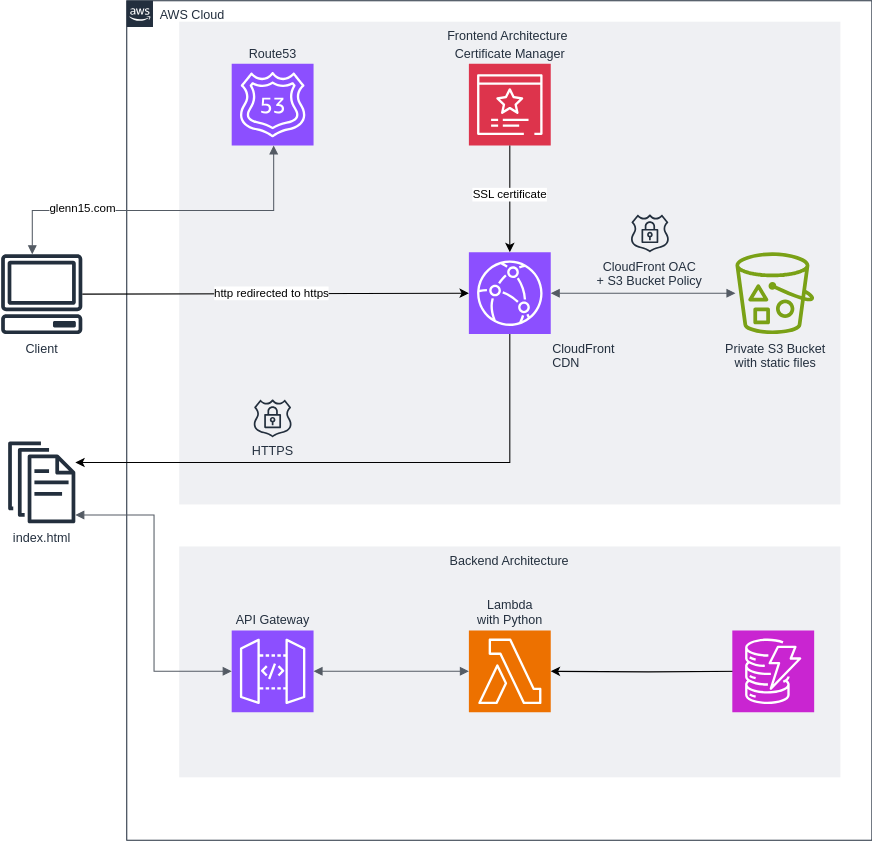
Earlier version of the draw.io export diagrams/OnlineResumeArchitecture.drawio.svg (glennc15/online-resume-frontend). Source tidied: cells renumbered, new cells last; positions are measured from the earlier drawing's top-left corner, leaving out a move shared by most shapes. Its diagram source:
```xml
<mxGraphModel>
  <root>
    <mxCell id="0" />
    <mxCell id="1" parent="0" />
    <mxCell id="2" value="AWS Cloud" style="gradientColor=none;html=1;whiteSpace=wrap;fontSize=12;fontStyle=0;shape=mxgraph.aws4.group;grIcon=mxgraph.aws4.group_aws_cloud_alt;strokeColor=#232F3E;fillColor=none;verticalAlign=top;align=left;spacingLeft=30;fontColor=#232F3E;dashed=0;" parent="1" vertex="1">
      <mxGeometry x="120" width="710" height="800" as="geometry" />
    </mxCell>
    <mxCell id="3" value="Frontend Architecture&amp;nbsp;" style="fillColor=#EFF0F3;strokeColor=none;dashed=0;verticalAlign=top;fontStyle=0;fontColor=#232F3D;whiteSpace=wrap;html=1;" parent="2" vertex="1">
      <mxGeometry x="50" y="20" width="630" height="460" as="geometry" />
    </mxCell>
    <mxCell id="4" value="Backend Architecture" style="fillColor=#EFF0F3;strokeColor=none;dashed=0;verticalAlign=top;fontStyle=0;fontColor=#232F3D;whiteSpace=wrap;html=1;" parent="2" vertex="1">
      <mxGeometry x="50" y="520" width="630" height="220" as="geometry" />
    </mxCell>
    <mxCell id="5" value="HTTPS" style="sketch=0;fontColor=#232F3E;gradientColor=none;fillColor=#232F3D;strokeColor=none;dashed=0;verticalLabelPosition=bottom;verticalAlign=top;align=center;html=1;fontSize=12;fontStyle=0;shape=mxgraph.aws4.ssl_padlock;" parent="2" vertex="1">
      <mxGeometry x="120.5" y="380" width="37" height="36" as="geometry" />
    </mxCell>
    <mxCell id="6" value="API Gateway" style="sketch=0;points=[[0,0,0],[0.25,0,0],[0.5,0,0],[0.75,0,0],[1,0,0],[0,1,0],[0.25,1,0],[0.5,1,0],[0.75,1,0],[1,1,0],[0,0.25,0],[0,0.5,0],[0,0.75,0],[1,0.25,0],[1,0.5,0],[1,0.75,0]];outlineConnect=0;fontColor=#232F3E;fillColor=#8C4FFF;strokeColor=#ffffff;dashed=0;verticalLabelPosition=top;verticalAlign=bottom;align=center;html=1;fontSize=12;fontStyle=0;shape=mxgraph.aws4.resourceIcon;resIcon=mxgraph.aws4.api_gateway;labelPosition=center;" parent="2" vertex="1">
      <mxGeometry x="100" y="600" width="78" height="78" as="geometry" />
    </mxCell>
    <mxCell id="7" value="Lambda&lt;br&gt;with Python" style="sketch=0;points=[[0,0,0],[0.25,0,0],[0.5,0,0],[0.75,0,0],[1,0,0],[0,1,0],[0.25,1,0],[0.5,1,0],[0.75,1,0],[1,1,0],[0,0.25,0],[0,0.5,0],[0,0.75,0],[1,0.25,0],[1,0.5,0],[1,0.75,0]];outlineConnect=0;fontColor=#232F3E;fillColor=#ED7100;strokeColor=#ffffff;dashed=0;verticalLabelPosition=top;verticalAlign=bottom;align=center;html=1;fontSize=12;fontStyle=0;shape=mxgraph.aws4.resourceIcon;resIcon=mxgraph.aws4.lambda;labelPosition=center;" parent="2" vertex="1">
      <mxGeometry x="326" y="600" width="78" height="78" as="geometry" />
    </mxCell>
    <mxCell id="8" style="edgeStyle=orthogonalEdgeStyle;rounded=0;jettySize=auto;html=1;entryX=1;entryY=0.5;entryDx=0;entryDy=0;entryPerimeter=0;" parent="2" edge="1" target="7">
      <mxGeometry relative="1" as="geometry">
        <mxPoint x="590" y="639" as="sourcePoint" />
      </mxGeometry>
    </mxCell>
    <mxCell id="9" style="html=1;endArrow=block;elbow=vertical;startArrow=block;startFill=1;endFill=1;strokeColor=#545B64;rounded=0;entryX=0;entryY=0.5;entryDx=0;entryDy=0;entryPerimeter=0;exitX=1;exitY=0.5;exitDx=0;exitDy=0;exitPerimeter=0;" parent="2" edge="1" source="6" target="7">
      <mxGeometry relative="1" as="geometry" />
    </mxCell>
    <mxCell id="10" value="CloudFront&lt;br&gt;CDN" style="sketch=0;points=[[0,0,0],[0.25,0,0],[0.5,0,0],[0.75,0,0],[1,0,0],[0,1,0],[0.25,1,0],[0.5,1,0],[0.75,1,0],[1,1,0],[0,0.25,0],[0,0.5,0],[0,0.75,0],[1,0.25,0],[1,0.5,0],[1,0.75,0]];outlineConnect=0;fontColor=#232F3E;fillColor=#8C4FFF;strokeColor=#ffffff;dashed=0;verticalLabelPosition=bottom;verticalAlign=top;align=left;html=1;fontSize=12;fontStyle=0;shape=mxgraph.aws4.resourceIcon;resIcon=mxgraph.aws4.cloudfront;labelPosition=right;" parent="2" vertex="1">
      <mxGeometry x="326" y="239.7" width="78" height="78" as="geometry" />
    </mxCell>
    <mxCell id="11" value="Certificate Manager" style="sketch=0;points=[[0,0,0],[0.25,0,0],[0.5,0,0],[0.75,0,0],[1,0,0],[0,1,0],[0.25,1,0],[0.5,1,0],[0.75,1,0],[1,1,0],[0,0.25,0],[0,0.5,0],[0,0.75,0],[1,0.25,0],[1,0.5,0],[1,0.75,0]];outlineConnect=0;fontColor=#232F3E;fillColor=#DD344C;strokeColor=#ffffff;dashed=0;verticalLabelPosition=top;verticalAlign=bottom;align=center;html=1;fontSize=12;fontStyle=0;shape=mxgraph.aws4.resourceIcon;resIcon=mxgraph.aws4.certificate_manager_3;labelPosition=center;" parent="2" vertex="1">
      <mxGeometry x="326" y="60" width="78" height="78" as="geometry" />
    </mxCell>
    <mxCell id="12" value="Route53" style="sketch=0;fontColor=#232F3E;fillColor=#8C4FFF;strokeColor=#ffffff;dashed=0;verticalLabelPosition=top;verticalAlign=bottom;align=center;html=1;fontSize=12;fontStyle=0;shape=mxgraph.aws4.resourceIcon;resIcon=mxgraph.aws4.route_53;labelPosition=center;" parent="2" vertex="1">
      <mxGeometry x="100" y="60" width="78" height="78" as="geometry" />
    </mxCell>
    <mxCell id="13" style="edgeStyle=orthogonalEdgeStyle;rounded=0;jettySize=auto;html=1;exitX=0.5;exitY=1;exitDx=0;exitDy=0;exitPerimeter=0;entryX=0.5;entryY=0;entryDx=0;entryDy=0;entryPerimeter=0;" parent="2" edge="1" source="11" target="10">
      <mxGeometry relative="1" as="geometry" />
    </mxCell>
    <mxCell id="14" value="SSL certificate" style="edgeLabel;html=1;align=center;verticalAlign=middle;" parent="13" vertex="1">
      <mxGeometry x="-0.08" y="-1" relative="1" as="geometry" />
    </mxCell>
    <mxCell id="15" value="Private S3 Bucket&lt;br&gt;with static files" style="sketch=0;outlineConnect=0;fontColor=#232F3E;gradientColor=none;fillColor=#7AA116;strokeColor=none;dashed=0;verticalLabelPosition=bottom;verticalAlign=top;align=center;html=1;fontSize=12;fontStyle=0;shape=mxgraph.aws4.bucket_with_objects;" parent="2" vertex="1">
      <mxGeometry x="580" y="239.7" width="75" height="78" as="geometry" />
    </mxCell>
    <mxCell id="16" style="html=1;endArrow=block;elbow=vertical;startArrow=block;startFill=1;endFill=1;strokeColor=#545B64;rounded=0;exitX=1;exitY=0.5;exitDx=0;exitDy=0;exitPerimeter=0;" parent="2" edge="1" source="10" target="15">
      <mxGeometry relative="1" as="geometry" />
    </mxCell>
    <mxCell id="17" value="CloudFront OAC&lt;br&gt;+ S3 Bucket Policy" style="sketch=0;fontColor=#232F3E;gradientColor=none;fillColor=#232F3D;strokeColor=none;dashed=0;verticalLabelPosition=bottom;verticalAlign=top;align=center;html=1;fontSize=12;fontStyle=0;shape=mxgraph.aws4.ssl_padlock;" parent="2" vertex="1">
      <mxGeometry x="480" y="203.7" width="37" height="36" as="geometry" />
    </mxCell>
    <mxCell id="18" style="sketch=0;points=[[0,0,0],[0.25,0,0],[0.5,0,0],[0.75,0,0],[1,0,0],[0,1,0],[0.25,1,0],[0.5,1,0],[0.75,1,0],[1,1,0],[0,0.25,0],[0,0.5,0],[0,0.75,0],[1,0.25,0],[1,0.5,0],[1,0.75,0]];outlineConnect=0;fontColor=#232F3E;fillColor=#C925D1;strokeColor=#ffffff;dashed=0;verticalLabelPosition=bottom;verticalAlign=top;align=center;html=1;fontSize=12;fontStyle=0;shape=mxgraph.aws4.resourceIcon;resIcon=mxgraph.aws4.dynamodb;" parent="2" vertex="1">
      <mxGeometry x="577" y="600" width="78" height="78" as="geometry" />
    </mxCell>
    <mxCell id="19" value="index.html" style="sketch=0;outlineConnect=0;fontColor=#232F3E;gradientColor=none;fillColor=#232F3D;strokeColor=none;dashed=0;verticalLabelPosition=bottom;verticalAlign=top;align=center;html=1;fontSize=12;fontStyle=0;shape=mxgraph.aws4.documents;" parent="1" vertex="1">
      <mxGeometry x="7" y="420" width="64" height="78" as="geometry" />
    </mxCell>
    <mxCell id="20" value="Client" style="sketch=0;outlineConnect=0;fontColor=#232F3E;gradientColor=none;fillColor=#232F3D;strokeColor=none;dashed=0;verticalLabelPosition=bottom;verticalAlign=top;align=center;html=1;fontSize=12;fontStyle=0;shape=mxgraph.aws4.client;" parent="1" vertex="1">
      <mxGeometry y="241.7" width="78" height="76" as="geometry" />
    </mxCell>
    <mxCell id="21" style="edgeStyle=orthogonalEdgeStyle;rounded=0;jettySize=auto;html=1;" parent="1" edge="1" source="10" target="19">
      <mxGeometry relative="1" as="geometry">
        <Array as="points">
          <mxPoint x="485" y="440" />
        </Array>
      </mxGeometry>
    </mxCell>
    <mxCell id="22" style="edgeStyle=orthogonalEdgeStyle;html=1;endArrow=block;elbow=vertical;startArrow=block;startFill=1;endFill=1;strokeColor=#545B64;rounded=0;" parent="1" edge="1">
      <mxGeometry relative="1" as="geometry">
        <mxPoint x="30" y="241.7" as="sourcePoint" />
        <mxPoint x="260" y="138" as="targetPoint" />
        <Array as="points">
          <mxPoint x="30" y="200" />
          <mxPoint x="260" y="200" />
          <mxPoint x="260" y="138" />
        </Array>
      </mxGeometry>
    </mxCell>
    <mxCell id="23" value="glenn15.com" style="edgeLabel;html=1;align=center;verticalAlign=middle;" parent="22" vertex="1">
      <mxGeometry x="0.04" y="3" relative="1" as="geometry">
        <mxPoint x="-84" as="offset" />
      </mxGeometry>
    </mxCell>
    <mxCell id="24" style="rounded=0;jettySize=auto;html=1;entryX=0;entryY=0.5;entryDx=0;entryDy=0;entryPerimeter=0;" parent="1" edge="1" source="20" target="10">
      <mxGeometry relative="1" as="geometry" />
    </mxCell>
    <mxCell id="25" value="http redirected to https" style="edgeLabel;html=1;align=center;verticalAlign=middle;" parent="24" vertex="1">
      <mxGeometry x="-0.02" y="1" relative="1" as="geometry" />
    </mxCell>
    <mxCell id="26" style="edgeStyle=orthogonalEdgeStyle;html=1;endArrow=block;elbow=vertical;startArrow=block;startFill=1;endFill=1;strokeColor=#545B64;rounded=0;entryX=0;entryY=0.5;entryDx=0;entryDy=0;entryPerimeter=0;" parent="1" edge="1" source="19" target="6">
      <mxGeometry relative="1" as="geometry">
        <Array as="points">
          <mxPoint x="146" y="490" />
          <mxPoint x="146" y="639" />
        </Array>
      </mxGeometry>
    </mxCell>
  </root>
</mxGraphModel>
```
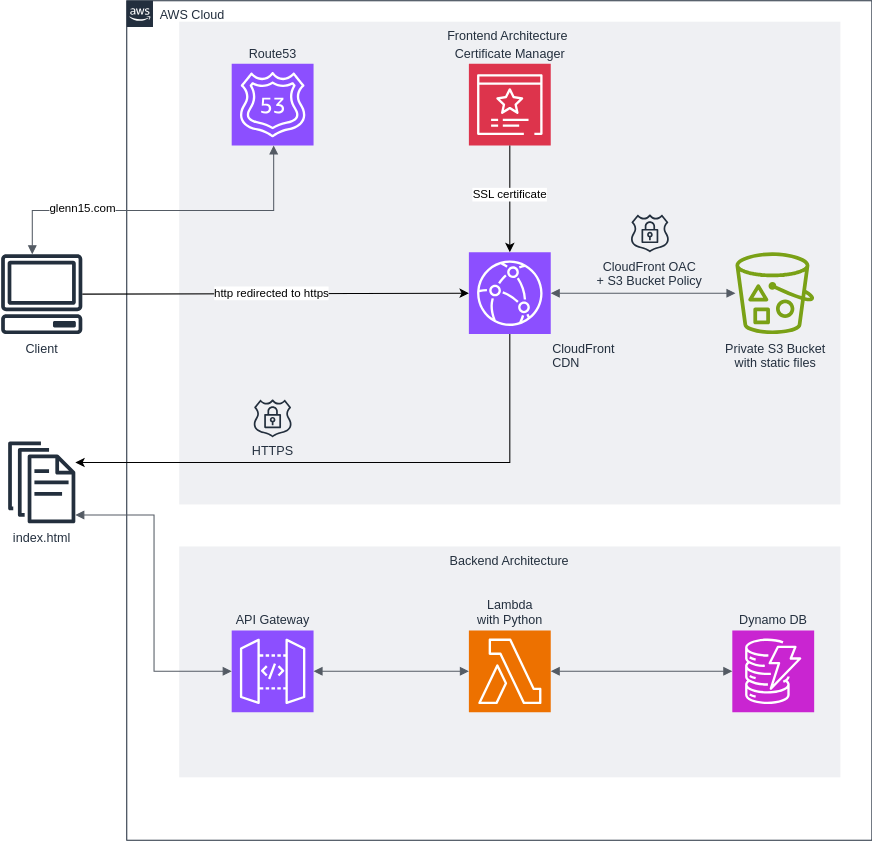
After the commit.

Commit message:
update the architecture diagram

Change to the diagram source:
```diff
@@ -20,11 +20,6 @@
     <mxCell id="7" value="Lambda&lt;br&gt;with Python" style="sketch=0;points=[[0,0,0],[0.25,0,0],[0.5,0,0],[0.75,0,0],[1,0,0],[0,1,0],[0.25,1,0],[0.5,1,0],[0.75,1,0],[1,1,0],[0,0.25,0],[0,0.5,0],[0,0.75,0],[1,0.25,0],[1,0.5,0],[1,0.75,0]];outlineConnect=0;fontColor=#232F3E;fillColor=#ED7100;strokeColor=#ffffff;dashed=0;verticalLabelPosition=top;verticalAlign=bottom;align=center;html=1;fontSize=12;fontStyle=0;shape=mxgraph.aws4.resourceIcon;resIcon=mxgraph.aws4.lambda;labelPosition=center;" parent="2" vertex="1">
       <mxGeometry x="326" y="600" width="78" height="78" as="geometry" />
     </mxCell>
-    <mxCell id="8" style="edgeStyle=orthogonalEdgeStyle;rounded=0;jettySize=auto;html=1;entryX=1;entryY=0.5;entryDx=0;entryDy=0;entryPerimeter=0;" parent="2" edge="1" target="7">
-      <mxGeometry relative="1" as="geometry">
-        <mxPoint x="590" y="639" as="sourcePoint" />
-      </mxGeometry>
-    </mxCell>
     <mxCell id="9" style="html=1;endArrow=block;elbow=vertical;startArrow=block;startFill=1;endFill=1;strokeColor=#545B64;rounded=0;entryX=0;entryY=0.5;entryDx=0;entryDy=0;entryPerimeter=0;exitX=1;exitY=0.5;exitDx=0;exitDy=0;exitPerimeter=0;" parent="2" edge="1" source="6" target="7">
       <mxGeometry relative="1" as="geometry" />
     </mxCell>
@@ -52,9 +47,12 @@
     <mxCell id="17" value="CloudFront OAC&lt;br&gt;+ S3 Bucket Policy" style="sketch=0;fontColor=#232F3E;gradientColor=none;fillColor=#232F3D;strokeColor=none;dashed=0;verticalLabelPosition=bottom;verticalAlign=top;align=center;html=1;fontSize=12;fontStyle=0;shape=mxgraph.aws4.ssl_padlock;" parent="2" vertex="1">
       <mxGeometry x="480" y="203.7" width="37" height="36" as="geometry" />
     </mxCell>
-    <mxCell id="18" style="sketch=0;points=[[0,0,0],[0.25,0,0],[0.5,0,0],[0.75,0,0],[1,0,0],[0,1,0],[0.25,1,0],[0.5,1,0],[0.75,1,0],[1,1,0],[0,0.25,0],[0,0.5,0],[0,0.75,0],[1,0.25,0],[1,0.5,0],[1,0.75,0]];outlineConnect=0;fontColor=#232F3E;fillColor=#C925D1;strokeColor=#ffffff;dashed=0;verticalLabelPosition=bottom;verticalAlign=top;align=center;html=1;fontSize=12;fontStyle=0;shape=mxgraph.aws4.resourceIcon;resIcon=mxgraph.aws4.dynamodb;" parent="2" vertex="1">
+    <mxCell id="18" value="Dynamo DB" style="sketch=0;points=[[0,0,0],[0.25,0,0],[0.5,0,0],[0.75,0,0],[1,0,0],[0,1,0],[0.25,1,0],[0.5,1,0],[0.75,1,0],[1,1,0],[0,0.25,0],[0,0.5,0],[0,0.75,0],[1,0.25,0],[1,0.5,0],[1,0.75,0]];outlineConnect=0;fontColor=#232F3E;fillColor=#C925D1;strokeColor=#ffffff;dashed=0;verticalLabelPosition=top;verticalAlign=bottom;align=center;html=1;fontSize=12;fontStyle=0;shape=mxgraph.aws4.resourceIcon;resIcon=mxgraph.aws4.dynamodb;labelPosition=center;" parent="2" vertex="1">
       <mxGeometry x="577" y="600" width="78" height="78" as="geometry" />
     </mxCell>
+    <mxCell id="27" style="html=1;endArrow=block;elbow=vertical;startArrow=block;startFill=1;endFill=1;strokeColor=#545B64;rounded=0;entryX=0;entryY=0.5;entryDx=0;entryDy=0;entryPerimeter=0;exitX=1;exitY=0.5;exitDx=0;exitDy=0;exitPerimeter=0;" parent="2" edge="1" source="7" target="18">
+      <mxGeometry relative="1" as="geometry" />
+    </mxCell>
     <mxCell id="19" value="index.html" style="sketch=0;outlineConnect=0;fontColor=#232F3E;gradientColor=none;fillColor=#232F3D;strokeColor=none;dashed=0;verticalLabelPosition=bottom;verticalAlign=top;align=center;html=1;fontSize=12;fontStyle=0;shape=mxgraph.aws4.documents;" parent="1" vertex="1">
       <mxGeometry x="7" y="420" width="64" height="78" as="geometry" />
     </mxCell>
```
